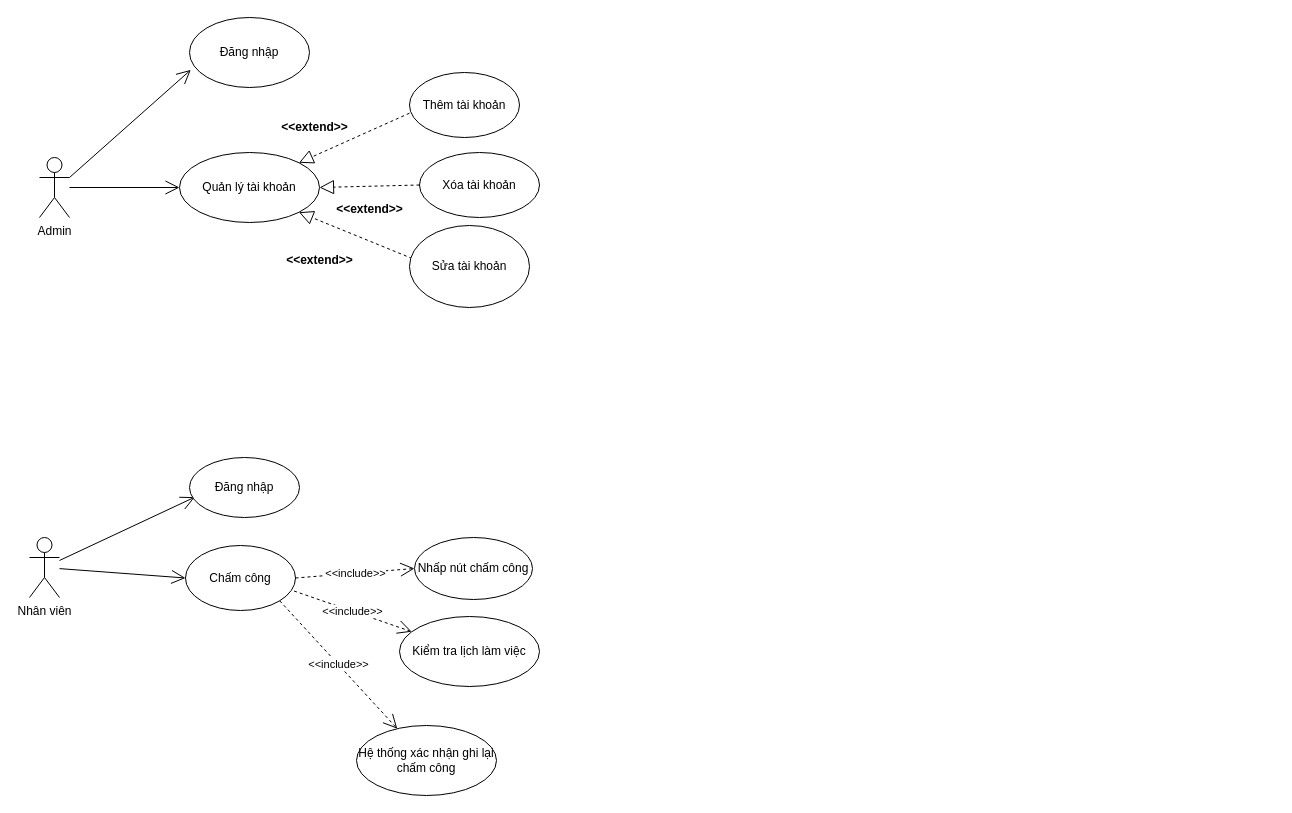
VanTruongPTITHCM2002/DoAnJava keeps this draw.io diagram as page "Trang-1" (1 of 5) of tttn.drawio. Above is the earlier version. Source tidied: cells renumbered, new cells numbered last; positions are measured from the earlier drawing's top-left corner, leaving out a move shared by most shapes. Both pictures are drawn from the tidied source at 100%, with x=0, y=0 at pixel (29, 17).
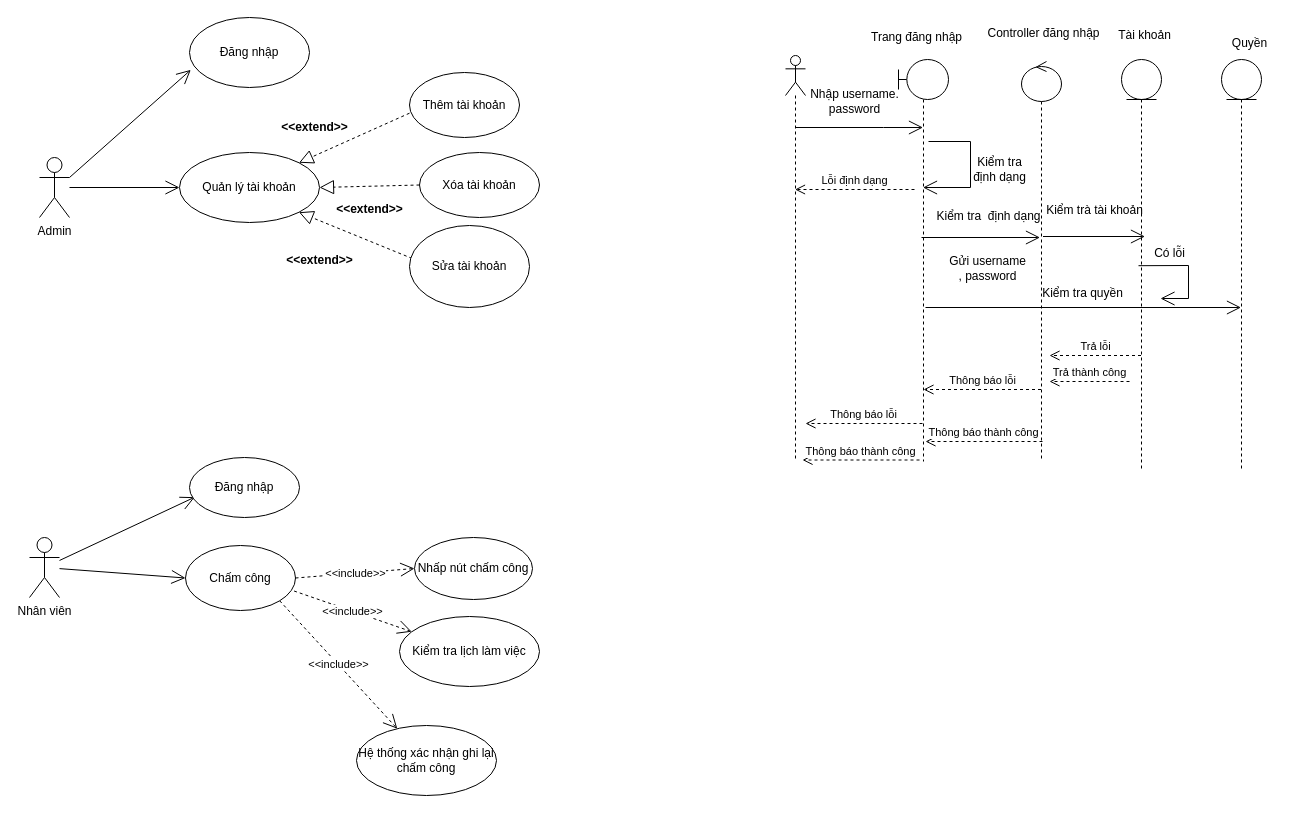
The same page after the edit.

Change to the diagram source:
```diff
@@
+    <mxCell id="27" style="shape=umlLifeline;perimeter=lifelinePerimeter;whiteSpace=wrap;html=1;outlineConnect=0;portConstraint=eastwest;newEdgeStyle={&quot;curved&quot;:0,&quot;rounded&quot;:0};participant=umlActor;" parent="1" vertex="1">
+      <mxGeometry x="756" y="38" width="20" height="403" as="geometry" />
+    </mxCell>
+    <mxCell id="28" style="shape=umlLifeline;perimeter=lifelinePerimeter;whiteSpace=wrap;html=1;outlineConnect=0;portConstraint=eastwest;newEdgeStyle={&quot;curved&quot;:0,&quot;rounded&quot;:0};participant=umlBoundary;" parent="1" vertex="1">
+      <mxGeometry x="869" y="42" width="50" height="402" as="geometry" />
+    </mxCell>
+    <mxCell id="29" style="shape=umlLifeline;perimeter=lifelinePerimeter;whiteSpace=wrap;html=1;outlineConnect=0;portConstraint=eastwest;newEdgeStyle={&quot;curved&quot;:0,&quot;rounded&quot;:0};participant=umlControl;" parent="1" vertex="1">
+      <mxGeometry x="992" y="44" width="40" height="399" as="geometry" />
+    </mxCell>
+    <mxCell id="30" style="shape=umlLifeline;perimeter=lifelinePerimeter;whiteSpace=wrap;html=1;outlineConnect=0;portConstraint=eastwest;newEdgeStyle={&quot;curved&quot;:0,&quot;rounded&quot;:0};participant=umlEntity;" parent="1" vertex="1">
+      <mxGeometry x="1092" y="42" width="40" height="409" as="geometry" />
+    </mxCell>
+    <mxCell id="31" style="shape=umlLifeline;perimeter=lifelinePerimeter;whiteSpace=wrap;html=1;outlineConnect=0;portConstraint=eastwest;newEdgeStyle={&quot;curved&quot;:0,&quot;rounded&quot;:0};participant=umlEntity;" parent="1" vertex="1">
+      <mxGeometry x="1192" y="42" width="40" height="412" as="geometry" />
+    </mxCell>
+    <mxCell id="32" style="endArrow=open;endFill=1;endSize=12;html=1;rounded=0;" parent="1" edge="1" source="27" target="28">
+      <mxGeometry relative="1" as="geometry">
+        <Array as="points">
+          <mxPoint x="854" y="110" />
+        </Array>
+      </mxGeometry>
+    </mxCell>
+    <mxCell id="33" value="Nhập username.&lt;div&gt;password&lt;/div&gt;" style="text;html=1;align=center;verticalAlign=middle;strokeColor=none;fillColor=none;" parent="1" vertex="1">
+      <mxGeometry x="771" y="63" width="107" height="41" as="geometry" />
+    </mxCell>
+    <mxCell id="34" value="Trang đăng nhập" style="text;html=1;align=center;verticalAlign=middle;strokeColor=none;fillColor=none;" parent="1" vertex="1">
+      <mxGeometry x="832" y="7" width="109" height="26" as="geometry" />
+    </mxCell>
+    <mxCell id="35" value="Controller đăng nhập" style="text;html=1;align=center;verticalAlign=middle;strokeColor=none;fillColor=none;" parent="1" vertex="1">
+      <mxGeometry x="949" y="3" width="130" height="26" as="geometry" />
+    </mxCell>
+    <mxCell id="36" value="Tài khoản" style="text;html=1;align=center;verticalAlign=middle;strokeColor=none;fillColor=none;" parent="1" vertex="1">
+      <mxGeometry x="1079" y="5" width="71" height="26" as="geometry" />
+    </mxCell>
+    <mxCell id="37" value="Quyền" style="text;html=1;align=center;verticalAlign=middle;strokeColor=none;fillColor=none;" parent="1" vertex="1">
+      <mxGeometry x="1193" y="13" width="53" height="26" as="geometry" />
+    </mxCell>
+    <mxCell id="38" style="endArrow=open;endFill=1;endSize=12;html=1;rounded=0;" parent="1" edge="1" target="28">
+      <mxGeometry relative="1" as="geometry">
+        <mxPoint x="899" y="124" as="sourcePoint" />
+        <Array as="points">
+          <mxPoint x="941" y="124" />
+          <mxPoint x="941" y="170" />
+        </Array>
+      </mxGeometry>
+    </mxCell>
+    <mxCell id="39" value="Kiểm tra&amp;nbsp; định dạng" style="text;html=1;align=center;verticalAlign=middle;strokeColor=none;fillColor=none;" parent="1" vertex="1">
+      <mxGeometry x="898" y="186" width="122" height="26" as="geometry" />
+    </mxCell>
+    <mxCell id="40" value="Lỗi định dạng" style="html=1;verticalAlign=bottom;endArrow=open;dashed=1;endSize=8;curved=0;rounded=0;" parent="1" edge="1" target="27">
+      <mxGeometry relative="1" as="geometry">
+        <mxPoint x="885" y="172" as="sourcePoint" />
+      </mxGeometry>
+    </mxCell>
+    <mxCell id="41" style="endArrow=open;endFill=1;endSize=12;html=1;rounded=0;" parent="1" edge="1">
+      <mxGeometry relative="1" as="geometry">
+        <mxPoint x="892" y="220" as="sourcePoint" />
+        <mxPoint x="1010.5" y="220" as="targetPoint" />
+      </mxGeometry>
+    </mxCell>
+    <mxCell id="42" value="Gửi username&lt;div&gt;, password&lt;/div&gt;" style="text;html=1;align=center;verticalAlign=middle;strokeColor=none;fillColor=none;" parent="1" vertex="1">
+      <mxGeometry x="910" y="230" width="95" height="41" as="geometry" />
+    </mxCell>
+    <mxCell id="43" style="endArrow=open;endFill=1;endSize=12;html=1;rounded=0;" parent="1" edge="1" target="31">
+      <mxGeometry relative="1" as="geometry">
+        <mxPoint x="896" y="290" as="sourcePoint" />
+      </mxGeometry>
+    </mxCell>
+    <mxCell id="44" value="Kiểm tra quyền" style="text;html=1;align=center;verticalAlign=middle;strokeColor=none;fillColor=none;" parent="1" vertex="1">
+      <mxGeometry x="1003" y="263" width="99" height="26" as="geometry" />
+    </mxCell>
+    <mxCell id="45" style="endArrow=open;endFill=1;endSize=12;html=1;rounded=0;entryX=0.525;entryY=0.623;entryDx=0;entryDy=0;entryPerimeter=0;" parent="1" edge="1">
+      <mxGeometry relative="1" as="geometry">
+        <mxPoint x="1013.5" y="219" as="sourcePoint" />
+        <mxPoint x="1115.5" y="219" as="targetPoint" />
+      </mxGeometry>
+    </mxCell>
+    <mxCell id="46" value="Kiểm tra&lt;div&gt;định dạng&lt;/div&gt;" style="text;html=1;align=center;verticalAlign=middle;strokeColor=none;fillColor=none;" parent="1" vertex="1">
+      <mxGeometry x="934" y="131" width="71" height="41" as="geometry" />
+    </mxCell>
+    <mxCell id="47" value="Kiểm trà tài khoản" style="text;html=1;align=center;verticalAlign=middle;strokeColor=none;fillColor=none;" parent="1" vertex="1">
+      <mxGeometry x="1007" y="180" width="115" height="26" as="geometry" />
+    </mxCell>
+    <mxCell id="48" value="Trả lỗi" style="html=1;verticalAlign=bottom;endArrow=open;dashed=1;endSize=8;curved=0;rounded=0;" parent="1" edge="1" source="30">
+      <mxGeometry relative="1" as="geometry">
+        <mxPoint x="1020" y="338" as="targetPoint" />
+      </mxGeometry>
+    </mxCell>
+    <mxCell id="49" style="endArrow=open;endFill=1;endSize=12;html=1;rounded=0;" parent="1" edge="1">
+      <mxGeometry relative="1" as="geometry">
+        <mxPoint x="1109" y="248.2" as="sourcePoint" />
+        <mxPoint x="1131" y="281" as="targetPoint" />
+        <Array as="points">
+          <mxPoint x="1159" y="248" />
+          <mxPoint x="1159" y="281" />
+        </Array>
+      </mxGeometry>
+    </mxCell>
+    <mxCell id="50" value="Có lỗi" style="text;html=1;align=center;verticalAlign=middle;strokeColor=none;fillColor=none;" parent="1" vertex="1">
+      <mxGeometry x="1115" y="223" width="49" height="26" as="geometry" />
+    </mxCell>
+    <mxCell id="51" value="Thông báo lỗi" style="html=1;verticalAlign=bottom;endArrow=open;dashed=1;endSize=8;curved=0;rounded=0;" parent="1" edge="1" source="29">
+      <mxGeometry relative="1" as="geometry">
+        <mxPoint x="894" y="372" as="targetPoint" />
+      </mxGeometry>
+    </mxCell>
+    <mxCell id="52" value="Thông báo lỗi" style="html=1;verticalAlign=bottom;endArrow=open;dashed=1;endSize=8;curved=0;rounded=0;" parent="1" edge="1">
+      <mxGeometry relative="1" as="geometry">
+        <mxPoint x="893" y="406" as="sourcePoint" />
+        <mxPoint x="776" y="406" as="targetPoint" />
+      </mxGeometry>
+    </mxCell>
+    <mxCell id="53" value="Trả thành công" style="html=1;verticalAlign=bottom;endArrow=open;dashed=1;endSize=8;curved=0;rounded=0;" parent="1" edge="1">
+      <mxGeometry relative="1" as="geometry">
+        <mxPoint x="1100" y="364" as="sourcePoint" />
+        <mxPoint x="1020" y="364" as="targetPoint" />
+      </mxGeometry>
+    </mxCell>
+    <mxCell id="54" value="Thông báo thành công" style="html=1;verticalAlign=bottom;endArrow=open;dashed=1;endSize=8;curved=0;rounded=0;" parent="1" edge="1">
+      <mxGeometry relative="1" as="geometry">
+        <mxPoint x="1013" y="424" as="sourcePoint" />
+        <mxPoint x="896" y="424" as="targetPoint" />
+      </mxGeometry>
+    </mxCell>
+    <mxCell id="55" value="Thông báo thành công" style="html=1;verticalAlign=bottom;endArrow=open;dashed=1;endSize=8;curved=0;rounded=0;" parent="1" edge="1">
+      <mxGeometry relative="1" as="geometry">
+        <mxPoint x="890" y="442.5" as="sourcePoint" />
+        <mxPoint x="773" y="442.5" as="targetPoint" />
+      </mxGeometry>
+    </mxCell>
```
